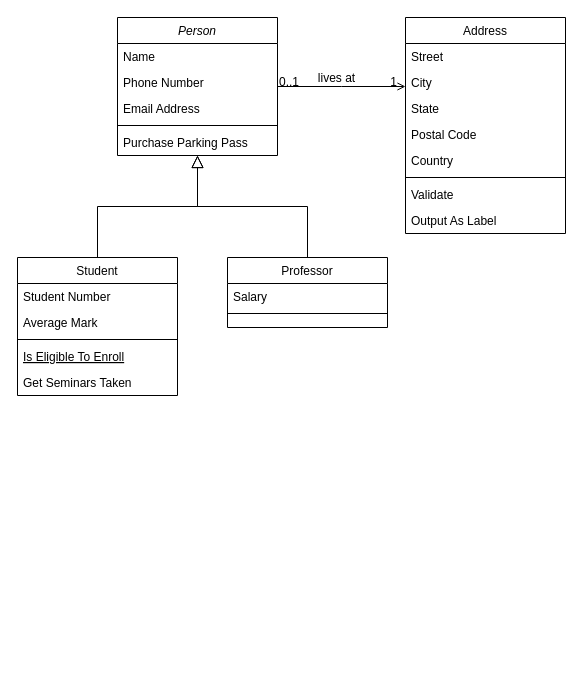
NengWapiiiiiiiii/TEFA keeps this draw.io diagram as class-diagram-perpus-digital.drawio. Above is the earlier version. Source tidied: cells renumbered, new cells numbered last; positions are measured from the earlier drawing's top-left corner, leaving out a move shared by most shapes. Both pictures are drawn from the tidied source at 100%, with x=0, y=0 at pixel (17, 17).
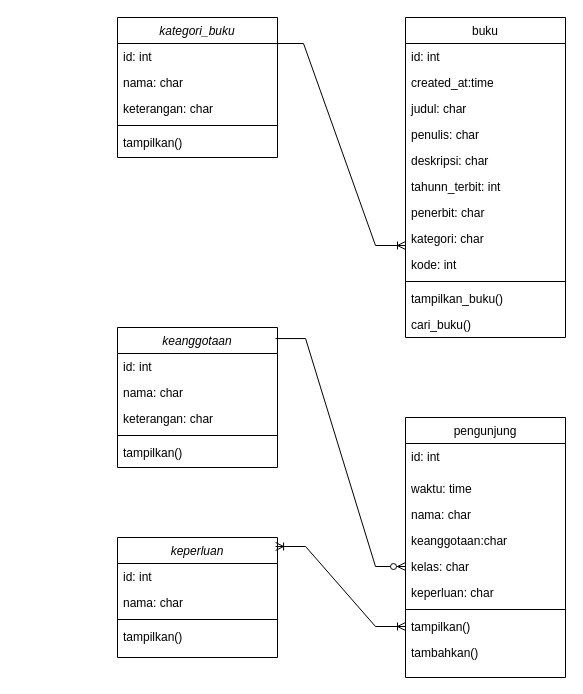
The same diagram, later.

Change to the diagram source:
```diff
@@
-    <mxCell id="2" value="Person" style="swimlane;fontStyle=2;align=center;verticalAlign=top;horizontal=1;startSize=26;rounded=0;shadow=0;strokeWidth=1;" parent="1" vertex="1">
-      <mxGeometry x="100" width="160" height="138" as="geometry" />
+    <mxCell id="2" value="kategori_buku" style="swimlane;fontStyle=2;align=center;verticalAlign=top;horizontal=1;startSize=26;rounded=0;shadow=0;strokeWidth=1;" parent="1" vertex="1">
+      <mxGeometry x="100" width="160" height="140" as="geometry" />
     </mxCell>
-    <mxCell id="3" value="Name" style="text;align=left;verticalAlign=top;spacingLeft=4;spacingRight=4;overflow=hidden;points=[[0,0.5],[1,0.5]];portConstraint=eastwest;" parent="2" vertex="1">
+    <mxCell id="3" value="id: int" style="text;align=left;verticalAlign=top;spacingLeft=4;spacingRight=4;overflow=hidden;points=[[0,0.5],[1,0.5]];portConstraint=eastwest;" parent="2" vertex="1">
       <mxGeometry y="26" width="160" height="26" as="geometry" />
     </mxCell>
-    <mxCell id="4" value="Phone Number" style="text;align=left;verticalAlign=top;spacingLeft=4;spacingRight=4;overflow=hidden;rounded=0;shadow=0;html=0;" parent="2" vertex="1">
+    <mxCell id="4" value="nama: char" style="text;align=left;verticalAlign=top;spacingLeft=4;spacingRight=4;overflow=hidden;rounded=0;shadow=0;html=0;" parent="2" vertex="1">
       <mxGeometry y="52" width="160" height="26" as="geometry" />
     </mxCell>
-    <mxCell id="5" value="Email Address" style="text;align=left;verticalAlign=top;spacingLeft=4;spacingRight=4;overflow=hidden;rounded=0;shadow=0;html=0;" parent="2" vertex="1">
+    <mxCell id="5" value="keterangan: char" style="text;align=left;verticalAlign=top;spacingLeft=4;spacingRight=4;overflow=hidden;rounded=0;shadow=0;html=0;" parent="2" vertex="1">
       <mxGeometry y="78" width="160" height="26" as="geometry" />
     </mxCell>
@@
-    <mxCell id="7" value="Purchase Parking Pass" style="text;align=left;verticalAlign=top;spacingLeft=4;spacingRight=4;overflow=hidden;" parent="2" vertex="1">
+    <mxCell id="7" value="tampilkan()" style="text;align=left;verticalAlign=top;spacingLeft=4;spacingRight=4;overflow=hidden;" parent="2" vertex="1">
       <mxGeometry y="112" width="160" height="26" as="geometry" />
     </mxCell>
-    <mxCell id="8" value="Student" style="swimlane;fontStyle=0;align=center;verticalAlign=top;horizontal=1;startSize=26;rounded=0;shadow=0;strokeWidth=1;" parent="1" vertex="1">
-      <mxGeometry y="240" width="160" height="138" as="geometry" />
-    </mxCell>
-    <mxCell id="9" value="Student Number" style="text;align=left;verticalAlign=top;spacingLeft=4;spacingRight=4;overflow=hidden;" parent="8" vertex="1">
-      <mxGeometry y="26" width="160" height="26" as="geometry" />
-    </mxCell>
-    <mxCell id="10" value="Average Mark" style="text;align=left;verticalAlign=top;spacingLeft=4;spacingRight=4;overflow=hidden;rounded=0;shadow=0;html=0;" parent="8" vertex="1">
-      <mxGeometry y="52" width="160" height="26" as="geometry" />
-    </mxCell>
-    <mxCell id="11" style="line;html=1;strokeWidth=1;align=left;verticalAlign=middle;spacingTop=-1;spacingLeft=3;spacingRight=3;labelPosition=right;" parent="8" vertex="1">
-      <mxGeometry y="78" width="160" height="8" as="geometry" />
-    </mxCell>
-    <mxCell id="12" value="Is Eligible To Enroll" style="text;align=left;verticalAlign=top;spacingLeft=4;spacingRight=4;overflow=hidden;fontStyle=4;" parent="8" vertex="1">
-      <mxGeometry y="86" width="160" height="26" as="geometry" />
-    </mxCell>
-    <mxCell id="13" value="Get Seminars Taken" style="text;align=left;verticalAlign=top;spacingLeft=4;spacingRight=4;overflow=hidden;" parent="8" vertex="1">
-      <mxGeometry y="112" width="160" height="26" as="geometry" />
-    </mxCell>
-    <mxCell id="14" style="endArrow=block;endSize=10;endFill=0;shadow=0;strokeWidth=1;rounded=0;edgeStyle=elbowEdgeStyle;elbow=vertical;" parent="1" edge="1" source="8" target="2">
-      <mxGeometry relative="1" as="geometry" />
-    </mxCell>
-    <mxCell id="15" value="Professor" style="swimlane;fontStyle=0;align=center;verticalAlign=top;horizontal=1;startSize=26;rounded=0;shadow=0;strokeWidth=1;" parent="1" vertex="1">
-      <mxGeometry x="210" y="240" width="160" height="70" as="geometry" />
-    </mxCell>
-    <mxCell id="16" value="Salary" style="text;align=left;verticalAlign=top;spacingLeft=4;spacingRight=4;overflow=hidden;" parent="15" vertex="1">
-      <mxGeometry y="26" width="160" height="26" as="geometry" />
-    </mxCell>
-    <mxCell id="17" style="line;html=1;strokeWidth=1;align=left;verticalAlign=middle;spacingTop=-1;spacingLeft=3;spacingRight=3;labelPosition=right;" parent="15" vertex="1">
-      <mxGeometry y="52" width="160" height="8" as="geometry" />
-    </mxCell>
-    <mxCell id="18" style="endArrow=block;endSize=10;endFill=0;shadow=0;strokeWidth=1;rounded=0;edgeStyle=elbowEdgeStyle;elbow=vertical;" parent="1" edge="1" source="15" target="2">
-      <mxGeometry relative="1" as="geometry" />
-    </mxCell>
-    <mxCell id="19" value="Address" style="swimlane;fontStyle=0;align=center;verticalAlign=top;horizontal=1;startSize=26;rounded=0;shadow=0;strokeWidth=1;" parent="1" vertex="1">
-      <mxGeometry x="388" width="160" height="216" as="geometry" />
+    <mxCell id="19" value="buku" style="swimlane;fontStyle=0;align=center;verticalAlign=top;horizontal=1;startSize=26;rounded=0;shadow=0;strokeWidth=1;" parent="1" vertex="1">
+      <mxGeometry x="388" width="160" height="320" as="geometry" />
     </mxCell>
-    <mxCell id="20" value="Street" style="text;align=left;verticalAlign=top;spacingLeft=4;spacingRight=4;overflow=hidden;" parent="19" vertex="1">
+    <mxCell id="20" value="id: int" style="text;align=left;verticalAlign=top;spacingLeft=4;spacingRight=4;overflow=hidden;" parent="19" vertex="1">
       <mxGeometry y="26" width="160" height="26" as="geometry" />
     </mxCell>
-    <mxCell id="21" value="City" style="text;align=left;verticalAlign=top;spacingLeft=4;spacingRight=4;overflow=hidden;rounded=0;shadow=0;html=0;" parent="19" vertex="1">
+    <mxCell id="21" value="created_at:time" style="text;align=left;verticalAlign=top;spacingLeft=4;spacingRight=4;overflow=hidden;rounded=0;shadow=0;html=0;" parent="19" vertex="1">
       <mxGeometry y="52" width="160" height="26" as="geometry" />
     </mxCell>
-    <mxCell id="22" value="State" style="text;align=left;verticalAlign=top;spacingLeft=4;spacingRight=4;overflow=hidden;rounded=0;shadow=0;html=0;" parent="19" vertex="1">
+    <mxCell id="22" value="judul: char" style="text;align=left;verticalAlign=top;spacingLeft=4;spacingRight=4;overflow=hidden;rounded=0;shadow=0;html=0;" parent="19" vertex="1">
       <mxGeometry y="78" width="160" height="26" as="geometry" />
     </mxCell>
-    <mxCell id="23" value="Postal Code" style="text;align=left;verticalAlign=top;spacingLeft=4;spacingRight=4;overflow=hidden;rounded=0;shadow=0;html=0;" parent="19" vertex="1">
+    <mxCell id="23" value="penulis: char" style="text;align=left;verticalAlign=top;spacingLeft=4;spacingRight=4;overflow=hidden;rounded=0;shadow=0;html=0;" parent="19" vertex="1">
       <mxGeometry y="104" width="160" height="26" as="geometry" />
     </mxCell>
-    <mxCell id="24" value="Country" style="text;align=left;verticalAlign=top;spacingLeft=4;spacingRight=4;overflow=hidden;rounded=0;shadow=0;html=0;" parent="19" vertex="1">
+    <mxCell id="24" value="deskripsi: char" style="text;align=left;verticalAlign=top;spacingLeft=4;spacingRight=4;overflow=hidden;rounded=0;shadow=0;html=0;" parent="19" vertex="1">
       <mxGeometry y="130" width="160" height="26" as="geometry" />
     </mxCell>
+    <mxCell id="32" value="tahunn_terbit: int" style="text;align=left;verticalAlign=top;spacingLeft=4;spacingRight=4;overflow=hidden;rounded=0;shadow=0;html=0;" parent="19" vertex="1">
+      <mxGeometry y="156" width="160" height="26" as="geometry" />
+    </mxCell>
+    <mxCell id="33" value="penerbit: char" style="text;align=left;verticalAlign=top;spacingLeft=4;spacingRight=4;overflow=hidden;rounded=0;shadow=0;html=0;" parent="19" vertex="1">
+      <mxGeometry y="182" width="160" height="26" as="geometry" />
+    </mxCell>
+    <mxCell id="34" value="kategori: char" style="text;align=left;verticalAlign=top;spacingLeft=4;spacingRight=4;overflow=hidden;points=[[0,0.5],[1,0.5]];portConstraint=eastwest;rounded=0;shadow=0;html=0;" parent="19" vertex="1">
+      <mxGeometry y="208" width="160" height="26" as="geometry" />
+    </mxCell>
+    <mxCell id="35" value="kode: int" style="text;align=left;verticalAlign=top;spacingLeft=4;spacingRight=4;overflow=hidden;rounded=0;shadow=0;html=0;" parent="19" vertex="1">
+      <mxGeometry y="234" width="160" height="26" as="geometry" />
+    </mxCell>
     <mxCell id="25" style="line;html=1;strokeWidth=1;align=left;verticalAlign=middle;spacingTop=-1;spacingLeft=3;spacingRight=3;labelPosition=right;" parent="19" vertex="1">
-      <mxGeometry y="156" width="160" height="8" as="geometry" />
+      <mxGeometry y="260" width="160" height="8" as="geometry" />
     </mxCell>
-    <mxCell id="26" value="Validate" style="text;align=left;verticalAlign=top;spacingLeft=4;spacingRight=4;overflow=hidden;" parent="19" vertex="1">
-      <mxGeometry y="164" width="160" height="26" as="geometry" />
+    <mxCell id="26" value="tampilkan_buku()" style="text;align=left;verticalAlign=top;spacingLeft=4;spacingRight=4;overflow=hidden;" parent="19" vertex="1">
+      <mxGeometry y="268" width="160" height="26" as="geometry" />
     </mxCell>
-    <mxCell id="27" value="Output As Label" style="text;align=left;verticalAlign=top;spacingLeft=4;spacingRight=4;overflow=hidden;" parent="19" vertex="1">
-      <mxGeometry y="190" width="160" height="26" as="geometry" />
+    <mxCell id="27" value="cari_buku()" style="text;align=left;verticalAlign=top;spacingLeft=4;spacingRight=4;overflow=hidden;" parent="19" vertex="1">
+      <mxGeometry y="294" width="160" height="26" as="geometry" />
     </mxCell>
-    <mxCell id="28" style="endArrow=open;shadow=0;strokeWidth=1;rounded=0;endFill=1;edgeStyle=elbowEdgeStyle;elbow=vertical;" parent="1" edge="1" source="2" target="19">
-      <mxGeometry x="0.5" y="41" relative="1" as="geometry">
-        <mxPoint x="-40" y="32" as="offset" />
-      </mxGeometry>
-    </mxCell>
-    <mxCell id="29" value="0..1" style="align=left;verticalAlign=bottom;labelBackgroundColor=none;fontSize=12;" parent="28" vertex="1">
-      <mxGeometry x="-1" relative="1" as="geometry">
-        <mxPoint y="4" as="offset" />
-      </mxGeometry>
-    </mxCell>
-    <mxCell id="30" value="1" style="align=right;verticalAlign=bottom;labelBackgroundColor=none;fontSize=12;" parent="28" vertex="1">
-      <mxGeometry x="1" relative="1" as="geometry">
-        <mxPoint x="-7" y="4" as="offset" />
-      </mxGeometry>
-    </mxCell>
-    <mxCell id="31" value="lives at" style="text;html=1;align=center;verticalAlign=middle;labelBackgroundColor=none;rounded=0;shadow=0;strokeWidth=1;fontSize=12;" parent="28" vertex="1">
-      <mxGeometry x="0.5" y="49" relative="1" as="geometry">
-        <mxPoint x="-38" y="40" as="offset" />
-      </mxGeometry>
-    </mxCell>
+    <mxCell id="36" value="pengunjung" style="swimlane;fontStyle=0;align=center;verticalAlign=top;horizontal=1;startSize=26;rounded=0;shadow=0;strokeWidth=1;" parent="1" vertex="1">
+      <mxGeometry x="388" y="400" width="160" height="260" as="geometry" />
+    </mxCell>
+    <mxCell id="37" value="id: int" style="text;align=left;verticalAlign=top;spacingLeft=4;spacingRight=4;overflow=hidden;" parent="36" vertex="1">
+      <mxGeometry y="26" width="160" height="32" as="geometry" />
+    </mxCell>
+    <mxCell id="38" value="waktu: time" style="text;align=left;verticalAlign=top;spacingLeft=4;spacingRight=4;overflow=hidden;rounded=0;shadow=0;html=0;" parent="36" vertex="1">
+      <mxGeometry y="58" width="160" height="26" as="geometry" />
+    </mxCell>
+    <mxCell id="39" value="nama: char" style="text;align=left;verticalAlign=top;spacingLeft=4;spacingRight=4;overflow=hidden;rounded=0;shadow=0;html=0;" parent="36" vertex="1">
+      <mxGeometry y="84" width="160" height="26" as="geometry" />
+    </mxCell>
+    <mxCell id="40" value="keanggotaan:char" style="text;align=left;verticalAlign=top;spacingLeft=4;spacingRight=4;overflow=hidden;rounded=0;shadow=0;html=0;" parent="36" vertex="1">
+      <mxGeometry y="110" width="160" height="26" as="geometry" />
+    </mxCell>
+    <mxCell id="41" value="kelas: char" style="text;align=left;verticalAlign=top;spacingLeft=4;spacingRight=4;overflow=hidden;points=[[0,0.5],[1,0.5]];portConstraint=eastwest;rounded=0;shadow=0;html=0;" parent="36" vertex="1">
+      <mxGeometry y="136" width="160" height="26" as="geometry" />
+    </mxCell>
+    <mxCell id="42" value="keperluan: char" style="text;align=left;verticalAlign=top;spacingLeft=4;spacingRight=4;overflow=hidden;rounded=0;shadow=0;html=0;" parent="36" vertex="1">
+      <mxGeometry y="162" width="160" height="26" as="geometry" />
+    </mxCell>
+    <mxCell id="43" style="line;html=1;strokeWidth=1;align=left;verticalAlign=middle;spacingTop=-1;spacingLeft=3;spacingRight=3;labelPosition=right;" parent="36" vertex="1">
+      <mxGeometry y="188" width="160" height="8" as="geometry" />
+    </mxCell>
+    <mxCell id="44" value="tampilkan()" style="text;align=left;verticalAlign=top;spacingLeft=4;spacingRight=4;overflow=hidden;points=[[0,0.5],[1,0.5]];portConstraint=eastwest;" parent="36" vertex="1">
+      <mxGeometry y="196" width="160" height="26" as="geometry" />
+    </mxCell>
+    <mxCell id="45" value="tambahkan()" style="text;align=left;verticalAlign=top;spacingLeft=4;spacingRight=4;overflow=hidden;" parent="36" vertex="1">
+      <mxGeometry y="222" width="160" height="26" as="geometry" />
+    </mxCell>
+    <mxCell id="46" value="keanggotaan" style="swimlane;fontStyle=2;align=center;verticalAlign=top;horizontal=1;startSize=26;rounded=0;shadow=0;strokeWidth=1;" parent="1" vertex="1">
+      <mxGeometry x="100" y="310" width="160" height="140" as="geometry" />
+    </mxCell>
+    <mxCell id="47" value="id: int" style="text;align=left;verticalAlign=top;spacingLeft=4;spacingRight=4;overflow=hidden;" parent="46" vertex="1">
+      <mxGeometry y="26" width="160" height="26" as="geometry" />
+    </mxCell>
+    <mxCell id="48" value="nama: char" style="text;align=left;verticalAlign=top;spacingLeft=4;spacingRight=4;overflow=hidden;rounded=0;shadow=0;html=0;" parent="46" vertex="1">
+      <mxGeometry y="52" width="160" height="26" as="geometry" />
+    </mxCell>
+    <mxCell id="49" value="keterangan: char" style="text;align=left;verticalAlign=top;spacingLeft=4;spacingRight=4;overflow=hidden;rounded=0;shadow=0;html=0;" parent="46" vertex="1">
+      <mxGeometry y="78" width="160" height="26" as="geometry" />
+    </mxCell>
+    <mxCell id="50" style="line;html=1;strokeWidth=1;align=left;verticalAlign=middle;spacingTop=-1;spacingLeft=3;spacingRight=3;labelPosition=right;" parent="46" vertex="1">
+      <mxGeometry y="104" width="160" height="8" as="geometry" />
+    </mxCell>
+    <mxCell id="51" value="tampilkan()" style="text;align=left;verticalAlign=top;spacingLeft=4;spacingRight=4;overflow=hidden;" parent="46" vertex="1">
+      <mxGeometry y="112" width="160" height="26" as="geometry" />
+    </mxCell>
+    <mxCell id="52" value="keperluan" style="swimlane;fontStyle=2;align=center;verticalAlign=top;horizontal=1;startSize=26;rounded=0;shadow=0;strokeWidth=1;" parent="1" vertex="1">
+      <mxGeometry x="100" y="520" width="160" height="120" as="geometry" />
+    </mxCell>
+    <mxCell id="53" value="id: int" style="text;align=left;verticalAlign=top;spacingLeft=4;spacingRight=4;overflow=hidden;" parent="52" vertex="1">
+      <mxGeometry y="26" width="160" height="26" as="geometry" />
+    </mxCell>
+    <mxCell id="54" value="nama: char" style="text;align=left;verticalAlign=top;spacingLeft=4;spacingRight=4;overflow=hidden;rounded=0;shadow=0;html=0;" parent="52" vertex="1">
+      <mxGeometry y="52" width="160" height="26" as="geometry" />
+    </mxCell>
+    <mxCell id="11" style="line;html=1;strokeWidth=1;align=left;verticalAlign=middle;spacingTop=-1;spacingLeft=3;spacingRight=3;labelPosition=right;" parent="52" vertex="1">
+      <mxGeometry y="78" width="160" height="8" as="geometry" />
+    </mxCell>
+    <mxCell id="55" value="tampilkan()" style="text;align=left;verticalAlign=top;spacingLeft=4;spacingRight=4;overflow=hidden;" parent="52" vertex="1">
+      <mxGeometry y="86" width="160" height="26" as="geometry" />
+    </mxCell>
+    <mxCell id="56" style="edgeStyle=entityRelationEdgeStyle;fontSize=12;html=1;endArrow=ERoneToMany;rounded=0;exitX=0.975;exitY=0;exitDx=0;exitDy=0;exitPerimeter=0;entryX=0;entryY=0.769;entryDx=0;entryDy=0;entryPerimeter=0;" parent="1" edge="1" source="3" target="34">
+      <mxGeometry relative="1" as="geometry">
+        <Array as="points">
+          <mxPoint x="300" y="260" />
+          <mxPoint x="290" y="260" />
+        </Array>
+      </mxGeometry>
+    </mxCell>
+    <mxCell id="57" style="edgeStyle=entityRelationEdgeStyle;fontSize=12;html=1;endArrow=ERzeroToMany;endFill=1;rounded=0;exitX=0.988;exitY=0.079;exitDx=0;exitDy=0;exitPerimeter=0;entryX=0;entryY=0.5;entryDx=0;entryDy=0;" parent="1" edge="1" source="46" target="41">
+      <mxGeometry relative="1" as="geometry">
+        <Array as="points">
+          <mxPoint x="300" y="600" />
+        </Array>
+      </mxGeometry>
+    </mxCell>
+    <mxCell id="58" style="edgeStyle=entityRelationEdgeStyle;fontSize=12;html=1;endArrow=ERoneToMany;startArrow=ERoneToMany;rounded=0;exitX=0.988;exitY=0.075;exitDx=0;exitDy=0;exitPerimeter=0;entryX=0;entryY=0.5;entryDx=0;entryDy=0;" parent="1" edge="1" source="52" target="44">
+      <mxGeometry relative="1" as="geometry" />
+    </mxCell>
```
